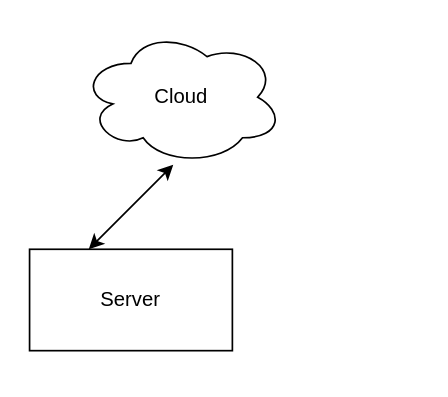
Before: cloudy.drawio in d-w-moore/test, a draw.io diagram. Source tidied: cells renumbered, new cells numbered last; positions are measured from the earlier drawing's top-left corner, leaving out a move shared by most shapes. Both pictures are drawn from the tidied source at 169%, with x=0, y=0 at pixel (29, 29).
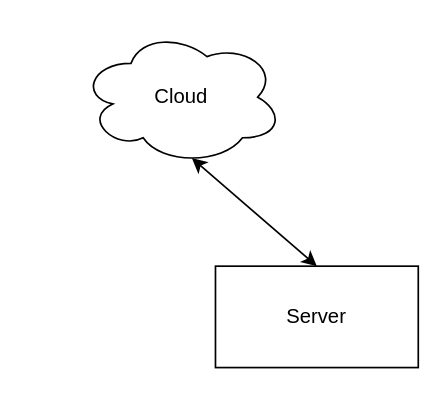
The same diagram, later.

The edit, as a diff of the source:
```diff
@@
 <mxGraphModel>
   <root>
     <mxCell id="0" />
     <mxCell id="1" parent="0" />
     <mxCell id="2" value="Cloud" style="ellipse;shape=cloud;whiteSpace=wrap;html=1;" parent="1" vertex="1">
       <mxGeometry x="30" width="120" height="80" as="geometry" />
     </mxCell>
     <mxCell id="3" value="Server" style="rounded=0;whiteSpace=wrap;html=1;" parent="1" vertex="1">
-      <mxGeometry y="130" width="120" height="60" as="geometry" />
+      <mxGeometry x="110" y="140" width="120" height="60" as="geometry" />
     </mxCell>
-    <mxCell id="4" style="endArrow=classic;startArrow=classic;html=1;" parent="1" edge="1">
-      <mxGeometry relative="1" as="geometry">
-        <mxPoint x="35" y="130" as="sourcePoint" />
-        <mxPoint x="85" y="80" as="targetPoint" />
-      </mxGeometry>
+    <mxCell id="4" style="endArrow=classic;startArrow=classic;html=1;entryX=0.55;entryY=0.95;entryDx=0;entryDy=0;entryPerimeter=0;exitX=0.5;exitY=0;exitDx=0;exitDy=0;" parent="1" edge="1" source="3" target="2">
+      <mxGeometry relative="1" as="geometry" />
     </mxCell>
   </root>
 </mxGraphModel>
```
